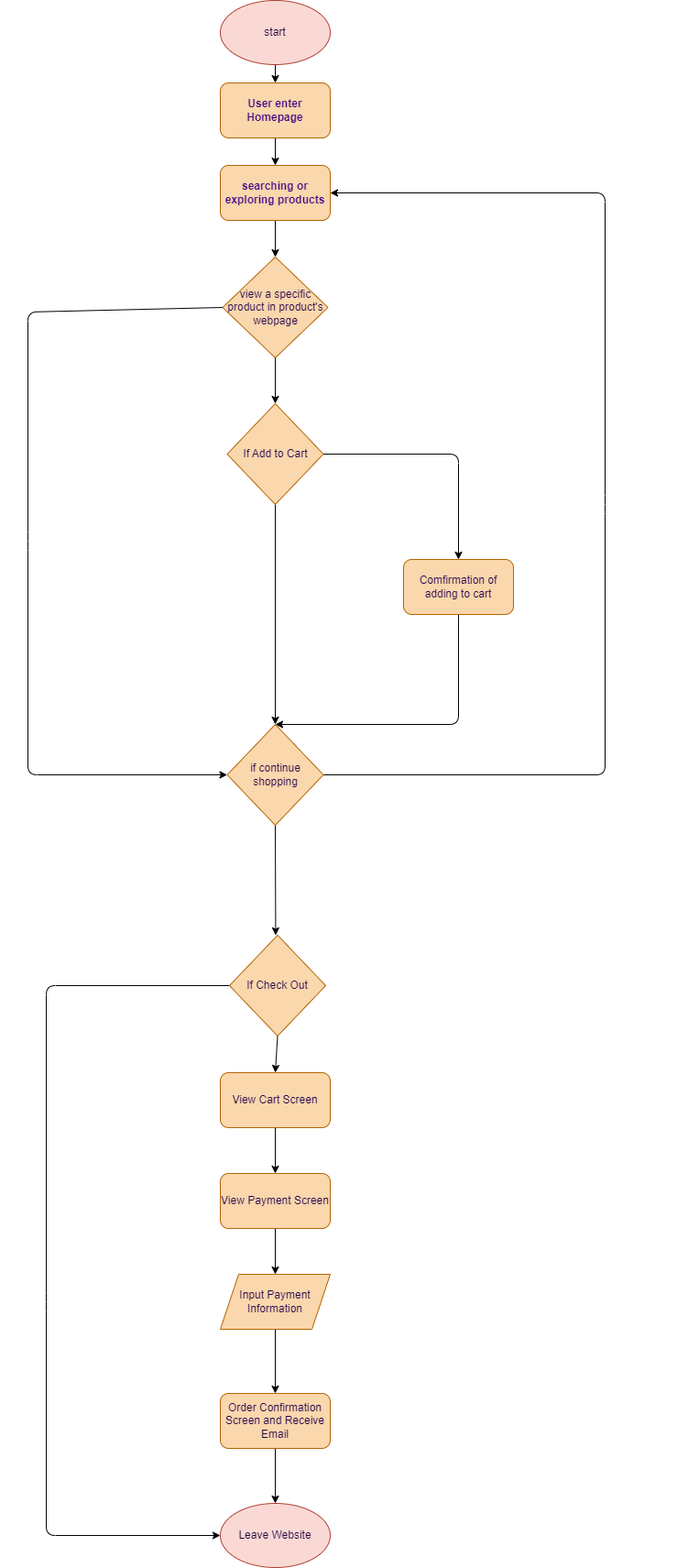
Before: explore/diagramming/diagram.drawio.png, a diagram exported from draw.io (SoulCoder3/sp24-cse110-lab4). Source tidied: cells renumbered, new cells last; positions are measured from the earlier drawing's top-left corner, leaving out a move shared by most shapes. Source of this version:
```xml
<mxGraphModel>
  <root>
    <mxCell id="0" />
    <mxCell id="1" parent="0" />
    <mxCell id="2" style="edgeStyle=none;html=1;exitX=0.5;exitY=1;exitDx=0;exitDy=0;entryX=0.5;entryY=0;entryDx=0;entryDy=0;fontColor=#24004D;" parent="1" edge="1" source="3" target="7">
      <mxGeometry relative="1" as="geometry" />
    </mxCell>
    <mxCell id="3" value="User enter Homepage" style="rounded=1;whiteSpace=wrap;html=1;fillColor=#fad7ac;strokeColor=#b46504;fontStyle=1;fontColor=#3F0087;" parent="1" vertex="1">
      <mxGeometry x="240" y="90" width="120" height="60" as="geometry" />
    </mxCell>
    <mxCell id="4" style="edgeStyle=none;html=1;entryX=0.5;entryY=0;entryDx=0;entryDy=0;fontColor=#1D003D;" parent="1" edge="1" source="5" target="3">
      <mxGeometry relative="1" as="geometry" />
    </mxCell>
    <mxCell id="5" value="start" style="ellipse;whiteSpace=wrap;html=1;fillColor=#fad9d5;strokeColor=#ae4132;fontColor=#1D003D;" parent="1" vertex="1">
      <mxGeometry x="240" width="120" height="70" as="geometry" />
    </mxCell>
    <mxCell id="6" style="edgeStyle=none;html=1;exitX=0.5;exitY=1;exitDx=0;exitDy=0;entryX=0.5;entryY=0;entryDx=0;entryDy=0;fontColor=#24004D;" parent="1" edge="1" source="7" target="10">
      <mxGeometry relative="1" as="geometry" />
    </mxCell>
    <mxCell id="7" value="searching or&lt;br&gt;exploring products" style="rounded=1;whiteSpace=wrap;html=1;fillColor=#fad7ac;strokeColor=#b46504;fontStyle=1;fontColor=#3F0087;" parent="1" vertex="1">
      <mxGeometry x="240" y="180" width="120" height="60" as="geometry" />
    </mxCell>
    <mxCell id="8" style="edgeStyle=none;html=1;fontColor=#FFFFFF;startArrow=none;entryX=0.5;entryY=0;entryDx=0;entryDy=0;" parent="1" edge="1" target="36">
      <mxGeometry relative="1" as="geometry">
        <mxPoint x="300" y="410" as="sourcePoint" />
      </mxGeometry>
    </mxCell>
    <mxCell id="9" style="edgeStyle=none;html=1;entryX=0;entryY=0.5;entryDx=0;entryDy=0;fontColor=#24004D;exitX=0;exitY=0.5;exitDx=0;exitDy=0;" parent="1" edge="1" source="10" target="15">
      <mxGeometry relative="1" as="geometry">
        <Array as="points">
          <mxPoint x="30" y="340" />
          <mxPoint x="30" y="590" />
          <mxPoint x="30" y="845" />
        </Array>
      </mxGeometry>
    </mxCell>
    <mxCell id="10" value="view a specific product in product's webpage" style="rhombus;whiteSpace=wrap;html=1;fillColor=#fad7ac;strokeColor=#b46504;fontColor=#25004F;" parent="1" vertex="1">
      <mxGeometry x="242.5" y="280" width="115" height="110" as="geometry" />
    </mxCell>
    <mxCell id="11" style="edgeStyle=none;html=1;fontColor=#FFFFFF;endArrow=none;" parent="1" edge="1" source="10">
      <mxGeometry relative="1" as="geometry">
        <mxPoint x="300" y="420" as="targetPoint" />
      </mxGeometry>
    </mxCell>
    <mxCell id="12" style="edgeStyle=none;html=1;fontColor=#FFFFFF;exitX=0.5;exitY=1;exitDx=0;exitDy=0;" parent="1" edge="1" source="39">
      <mxGeometry relative="1" as="geometry">
        <mxPoint x="300" y="790" as="targetPoint" />
        <Array as="points">
          <mxPoint x="500" y="790" />
        </Array>
      </mxGeometry>
    </mxCell>
    <mxCell id="13" style="edgeStyle=none;html=1;exitX=1;exitY=0.5;exitDx=0;exitDy=0;entryX=1;entryY=0.5;entryDx=0;entryDy=0;fontColor=#FFFFFF;" parent="1" edge="1" source="15" target="7">
      <mxGeometry relative="1" as="geometry">
        <Array as="points">
          <mxPoint x="660" y="845" />
          <mxPoint x="660" y="550" />
          <mxPoint x="660" y="210" />
        </Array>
      </mxGeometry>
    </mxCell>
    <mxCell id="14" style="edgeStyle=none;html=1;exitX=0.5;exitY=1;exitDx=0;exitDy=0;fontColor=#FFFFFF;" parent="1" edge="1" source="15">
      <mxGeometry relative="1" as="geometry">
        <mxPoint x="300.4" y="1020" as="targetPoint" />
      </mxGeometry>
    </mxCell>
    <mxCell id="15" value="if continue shopping" style="rhombus;whiteSpace=wrap;html=1;fillColor=#fad7ac;strokeColor=#b46504;fontColor=#25004F;" parent="1" vertex="1">
      <mxGeometry x="247.5" y="790" width="105" height="110" as="geometry" />
    </mxCell>
    <mxCell id="16" value="YES" style="text;strokeColor=none;fillColor=none;align=left;verticalAlign=middle;spacingLeft=4;spacingRight=4;overflow=hidden;whiteSpace=wrap;html=1;fontColor=#FFFFFF;" parent="1" vertex="1">
      <mxGeometry x="480" y="640" width="80" height="30" as="geometry" />
    </mxCell>
    <mxCell id="17" value="NO" style="text;strokeColor=none;fillColor=none;align=left;verticalAlign=middle;spacingLeft=4;spacingRight=4;overflow=hidden;whiteSpace=wrap;html=1;fontColor=#FFFFFF;" parent="1" vertex="1">
      <mxGeometry x="300" y="930" width="80" height="30" as="geometry" />
    </mxCell>
    <mxCell id="18" style="edgeStyle=none;html=1;exitX=0.5;exitY=1;exitDx=0;exitDy=0;fontColor=#FFFFFF;entryX=0.5;entryY=0;entryDx=0;entryDy=0;" parent="1" edge="1" source="20" target="22">
      <mxGeometry relative="1" as="geometry" />
    </mxCell>
    <mxCell id="19" style="edgeStyle=none;html=1;entryX=0;entryY=0.5;entryDx=0;entryDy=0;fontColor=#24004D;exitX=0;exitY=0.5;exitDx=0;exitDy=0;" parent="1" edge="1" source="20" target="29">
      <mxGeometry relative="1" as="geometry">
        <Array as="points">
          <mxPoint x="50" y="1075" />
          <mxPoint x="50" y="1420" />
          <mxPoint x="50" y="1675" />
        </Array>
      </mxGeometry>
    </mxCell>
    <mxCell id="20" value="If Check Out" style="rhombus;whiteSpace=wrap;html=1;fillColor=#fad7ac;strokeColor=#b46504;fontColor=#25004F;" parent="1" vertex="1">
      <mxGeometry x="250" y="1020" width="105" height="110" as="geometry" />
    </mxCell>
    <mxCell id="21" style="edgeStyle=none;html=1;exitX=0.5;exitY=1;exitDx=0;exitDy=0;fontColor=#24004D;entryX=0.5;entryY=0;entryDx=0;entryDy=0;entryPerimeter=0;" parent="1" edge="1" source="22" target="24">
      <mxGeometry relative="1" as="geometry" />
    </mxCell>
    <mxCell id="22" value="View Cart Screen" style="rounded=1;whiteSpace=wrap;html=1;fillColor=#fad7ac;strokeColor=#b46504;fontColor=#24004D;" parent="1" vertex="1">
      <mxGeometry x="240" y="1170" width="120" height="60" as="geometry" />
    </mxCell>
    <mxCell id="23" style="edgeStyle=none;html=1;exitX=0.5;exitY=1;exitDx=0;exitDy=0;fontColor=#24004D;entryX=0.5;entryY=0;entryDx=0;entryDy=0;" parent="1" edge="1" source="24" target="26">
      <mxGeometry relative="1" as="geometry" />
    </mxCell>
    <mxCell id="24" value="View Payment Screen" style="rounded=1;whiteSpace=wrap;html=1;fillColor=#fad7ac;strokeColor=#b46504;fontColor=#24004D;" parent="1" vertex="1">
      <mxGeometry x="240" y="1280" width="120" height="60" as="geometry" />
    </mxCell>
    <mxCell id="25" style="edgeStyle=none;html=1;exitX=0.5;exitY=1;exitDx=0;exitDy=0;fontColor=#24004D;" parent="1" edge="1" source="26" target="28">
      <mxGeometry relative="1" as="geometry" />
    </mxCell>
    <mxCell id="26" value="Input Payment Information" style="shape=parallelogram;perimeter=parallelogramPerimeter;whiteSpace=wrap;html=1;fixedSize=1;fillColor=#fad7ac;strokeColor=#b46504;fontColor=#24004D;" parent="1" vertex="1">
      <mxGeometry x="240" y="1390" width="120" height="60" as="geometry" />
    </mxCell>
    <mxCell id="27" style="edgeStyle=none;html=1;exitX=0.5;exitY=1;exitDx=0;exitDy=0;entryX=0.5;entryY=0;entryDx=0;entryDy=0;fontColor=#24004D;" parent="1" edge="1" source="28" target="29">
      <mxGeometry relative="1" as="geometry" />
    </mxCell>
    <mxCell id="28" value="Order Confirmation Screen and Receive Email" style="rounded=1;whiteSpace=wrap;html=1;fillColor=#fad7ac;strokeColor=#b46504;fontColor=#24004D;" parent="1" vertex="1">
      <mxGeometry x="240" y="1520" width="120" height="60" as="geometry" />
    </mxCell>
    <mxCell id="29" value="Leave Website" style="ellipse;whiteSpace=wrap;html=1;fillColor=#fad9d5;strokeColor=#ae4132;fontColor=#1D003D;" parent="1" vertex="1">
      <mxGeometry x="240" y="1640" width="120" height="70" as="geometry" />
    </mxCell>
    <mxCell id="30" value="NO" style="text;strokeColor=none;fillColor=none;align=left;verticalAlign=middle;spacingLeft=4;spacingRight=4;overflow=hidden;whiteSpace=wrap;html=1;fontColor=#FFFFFF;" parent="1" vertex="1">
      <mxGeometry x="50" y="1350" width="80" height="30" as="geometry" />
    </mxCell>
    <mxCell id="31" value="YES" style="text;strokeColor=none;fillColor=none;align=left;verticalAlign=middle;spacingLeft=4;spacingRight=4;overflow=hidden;whiteSpace=wrap;html=1;fontColor=#FFFFFF;" parent="1" vertex="1">
      <mxGeometry x="267.5" y="1130" width="80" height="30" as="geometry" />
    </mxCell>
    <mxCell id="32" value="YES" style="text;strokeColor=none;fillColor=none;align=left;verticalAlign=middle;spacingLeft=4;spacingRight=4;overflow=hidden;whiteSpace=wrap;html=1;fontColor=#FFFFFF;" parent="1" vertex="1">
      <mxGeometry x="260" y="400" width="80" height="30" as="geometry" />
    </mxCell>
    <mxCell id="33" value="NO" style="text;strokeColor=none;fillColor=none;align=left;verticalAlign=middle;spacingLeft=4;spacingRight=4;overflow=hidden;whiteSpace=wrap;html=1;fontColor=#FFFFFF;spacing=0;" parent="1" vertex="1">
      <mxGeometry y="490" width="80" height="30" as="geometry" />
    </mxCell>
    <mxCell id="34" style="edgeStyle=none;html=1;exitX=1;exitY=0.5;exitDx=0;exitDy=0;entryX=0.5;entryY=0;entryDx=0;entryDy=0;fontColor=#24004D;" parent="1" edge="1" source="36" target="39">
      <mxGeometry relative="1" as="geometry">
        <Array as="points">
          <mxPoint x="500" y="495" />
        </Array>
      </mxGeometry>
    </mxCell>
    <mxCell id="35" style="edgeStyle=none;html=1;exitX=0.5;exitY=1;exitDx=0;exitDy=0;entryX=0.5;entryY=0;entryDx=0;entryDy=0;fontColor=#24004D;" parent="1" edge="1" source="36" target="15">
      <mxGeometry relative="1" as="geometry" />
    </mxCell>
    <mxCell id="36" value="If Add to Cart" style="rhombus;whiteSpace=wrap;html=1;fillColor=#fad7ac;strokeColor=#b46504;fontColor=#25004F;" parent="1" vertex="1">
      <mxGeometry x="247.5" y="440" width="105" height="110" as="geometry" />
    </mxCell>
    <mxCell id="37" value="YES" style="text;strokeColor=none;fillColor=none;align=left;verticalAlign=middle;spacingLeft=4;spacingRight=4;overflow=hidden;whiteSpace=wrap;html=1;fontColor=#FFFFFF;" parent="1" vertex="1">
      <mxGeometry x="410" y="470" width="80" height="30" as="geometry" />
    </mxCell>
    <mxCell id="38" value="NO" style="text;strokeColor=none;fillColor=none;align=left;verticalAlign=middle;spacingLeft=4;spacingRight=4;overflow=hidden;whiteSpace=wrap;html=1;fontColor=#FFFFFF;" parent="1" vertex="1">
      <mxGeometry x="262.5" y="660" width="80" height="30" as="geometry" />
    </mxCell>
    <mxCell id="39" value="&lt;span style=&quot;color: rgb(37, 0, 79); font-weight: 400;&quot;&gt;Comfirmation of adding to cart&lt;/span&gt;" style="rounded=1;whiteSpace=wrap;html=1;fillColor=#fad7ac;strokeColor=#b46504;fontStyle=1;fontColor=#3F0087;" parent="1" vertex="1">
      <mxGeometry x="440" y="610" width="120" height="60" as="geometry" />
    </mxCell>
    <mxCell id="40" value="YES" style="text;strokeColor=none;fillColor=none;align=left;verticalAlign=middle;spacingLeft=4;spacingRight=4;overflow=hidden;whiteSpace=wrap;html=1;fontColor=#FFFFFF;" parent="1" vertex="1">
      <mxGeometry x="670" y="510" width="80" height="30" as="geometry" />
    </mxCell>
  </root>
</mxGraphModel>
```
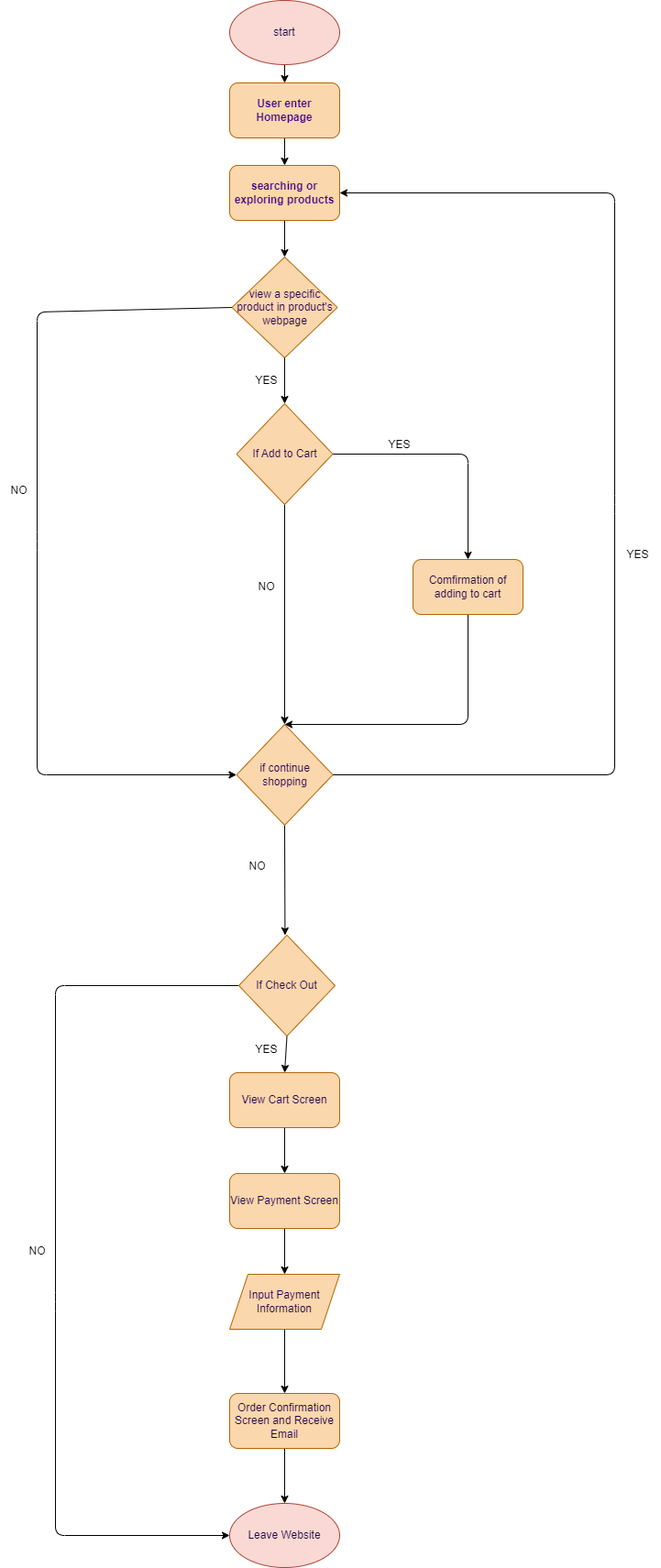
After the change.

Diff of the diagram source:
```diff
@@ -70,9 +70,6 @@
     <mxCell id="16" value="YES" style="text;strokeColor=none;fillColor=none;align=left;verticalAlign=middle;spacingLeft=4;spacingRight=4;overflow=hidden;whiteSpace=wrap;html=1;fontColor=#FFFFFF;" parent="1" vertex="1">
       <mxGeometry x="480" y="640" width="80" height="30" as="geometry" />
     </mxCell>
-    <mxCell id="17" value="NO" style="text;strokeColor=none;fillColor=none;align=left;verticalAlign=middle;spacingLeft=4;spacingRight=4;overflow=hidden;whiteSpace=wrap;html=1;fontColor=#FFFFFF;" parent="1" vertex="1">
-      <mxGeometry x="300" y="930" width="80" height="30" as="geometry" />
-    </mxCell>
     <mxCell id="18" style="edgeStyle=none;html=1;exitX=0.5;exitY=1;exitDx=0;exitDy=0;fontColor=#FFFFFF;entryX=0.5;entryY=0;entryDx=0;entryDy=0;" parent="1" edge="1" source="20" target="22">
       <mxGeometry relative="1" as="geometry" />
     </mxCell>
@@ -115,18 +112,6 @@
     <mxCell id="29" value="Leave Website" style="ellipse;whiteSpace=wrap;html=1;fillColor=#fad9d5;strokeColor=#ae4132;fontColor=#1D003D;" parent="1" vertex="1">
       <mxGeometry x="240" y="1640" width="120" height="70" as="geometry" />
     </mxCell>
-    <mxCell id="30" value="NO" style="text;strokeColor=none;fillColor=none;align=left;verticalAlign=middle;spacingLeft=4;spacingRight=4;overflow=hidden;whiteSpace=wrap;html=1;fontColor=#FFFFFF;" parent="1" vertex="1">
-      <mxGeometry x="50" y="1350" width="80" height="30" as="geometry" />
-    </mxCell>
-    <mxCell id="31" value="YES" style="text;strokeColor=none;fillColor=none;align=left;verticalAlign=middle;spacingLeft=4;spacingRight=4;overflow=hidden;whiteSpace=wrap;html=1;fontColor=#FFFFFF;" parent="1" vertex="1">
-      <mxGeometry x="267.5" y="1130" width="80" height="30" as="geometry" />
-    </mxCell>
-    <mxCell id="32" value="YES" style="text;strokeColor=none;fillColor=none;align=left;verticalAlign=middle;spacingLeft=4;spacingRight=4;overflow=hidden;whiteSpace=wrap;html=1;fontColor=#FFFFFF;" parent="1" vertex="1">
-      <mxGeometry x="260" y="400" width="80" height="30" as="geometry" />
-    </mxCell>
-    <mxCell id="33" value="NO" style="text;strokeColor=none;fillColor=none;align=left;verticalAlign=middle;spacingLeft=4;spacingRight=4;overflow=hidden;whiteSpace=wrap;html=1;fontColor=#FFFFFF;spacing=0;" parent="1" vertex="1">
-      <mxGeometry y="490" width="80" height="30" as="geometry" />
-    </mxCell>
     <mxCell id="34" style="edgeStyle=none;html=1;exitX=1;exitY=0.5;exitDx=0;exitDy=0;entryX=0.5;entryY=0;entryDx=0;entryDy=0;fontColor=#24004D;" parent="1" edge="1" source="36" target="39">
       <mxGeometry relative="1" as="geometry">
         <Array as="points">
@@ -140,17 +125,32 @@
     <mxCell id="36" value="If Add to Cart" style="rhombus;whiteSpace=wrap;html=1;fillColor=#fad7ac;strokeColor=#b46504;fontColor=#25004F;" parent="1" vertex="1">
       <mxGeometry x="247.5" y="440" width="105" height="110" as="geometry" />
     </mxCell>
-    <mxCell id="37" value="YES" style="text;strokeColor=none;fillColor=none;align=left;verticalAlign=middle;spacingLeft=4;spacingRight=4;overflow=hidden;whiteSpace=wrap;html=1;fontColor=#FFFFFF;" parent="1" vertex="1">
-      <mxGeometry x="410" y="470" width="80" height="30" as="geometry" />
-    </mxCell>
-    <mxCell id="38" value="NO" style="text;strokeColor=none;fillColor=none;align=left;verticalAlign=middle;spacingLeft=4;spacingRight=4;overflow=hidden;whiteSpace=wrap;html=1;fontColor=#FFFFFF;" parent="1" vertex="1">
-      <mxGeometry x="262.5" y="660" width="80" height="30" as="geometry" />
-    </mxCell>
     <mxCell id="39" value="&lt;span style=&quot;color: rgb(37, 0, 79); font-weight: 400;&quot;&gt;Comfirmation of adding to cart&lt;/span&gt;" style="rounded=1;whiteSpace=wrap;html=1;fillColor=#fad7ac;strokeColor=#b46504;fontStyle=1;fontColor=#3F0087;" parent="1" vertex="1">
       <mxGeometry x="440" y="610" width="120" height="60" as="geometry" />
     </mxCell>
-    <mxCell id="40" value="YES" style="text;strokeColor=none;fillColor=none;align=left;verticalAlign=middle;spacingLeft=4;spacingRight=4;overflow=hidden;whiteSpace=wrap;html=1;fontColor=#FFFFFF;" parent="1" vertex="1">
-      <mxGeometry x="670" y="510" width="80" height="30" as="geometry" />
-    </mxCell>
+    <mxCell id="41" value="NO" style="text;html=1;align=center;verticalAlign=middle;strokeColor=none;fillColor=none;" parent="1" vertex="1">
+      <mxGeometry x="-10" y="520" width="40" height="30" as="geometry" />
+    </mxCell>
+    <mxCell id="42" value="NO" style="text;html=1;align=center;verticalAlign=middle;strokeColor=none;fillColor=none;" parent="1" vertex="1">
+      <mxGeometry x="260" y="625" width="40" height="30" as="geometry" />
+    </mxCell>
+    <mxCell id="43" value="NO" style="text;html=1;align=center;verticalAlign=middle;strokeColor=none;fillColor=none;" parent="1" vertex="1">
+      <mxGeometry x="250" y="930" width="40" height="30" as="geometry" />
+    </mxCell>
+    <mxCell id="44" value="NO" style="text;html=1;align=center;verticalAlign=middle;strokeColor=none;fillColor=none;" parent="1" vertex="1">
+      <mxGeometry x="10" y="1350" width="40" height="30" as="geometry" />
+    </mxCell>
+    <mxCell id="45" value="YES" style="text;html=1;align=center;verticalAlign=middle;strokeColor=none;fillColor=none;" parent="1" vertex="1">
+      <mxGeometry x="255" y="400" width="50" height="30" as="geometry" />
+    </mxCell>
+    <mxCell id="46" value="YES" style="text;html=1;align=center;verticalAlign=middle;strokeColor=none;fillColor=none;" parent="1" vertex="1">
+      <mxGeometry x="400" y="470" width="50" height="30" as="geometry" />
+    </mxCell>
+    <mxCell id="47" value="YES" style="text;html=1;align=center;verticalAlign=middle;strokeColor=none;fillColor=none;" parent="1" vertex="1">
+      <mxGeometry x="255" y="1130" width="50" height="30" as="geometry" />
+    </mxCell>
+    <mxCell id="48" value="YES" style="text;html=1;align=center;verticalAlign=middle;strokeColor=none;fillColor=none;" parent="1" vertex="1">
+      <mxGeometry x="660" y="590" width="50" height="30" as="geometry" />
+    </mxCell>
   </root>
 </mxGraphModel>
```
